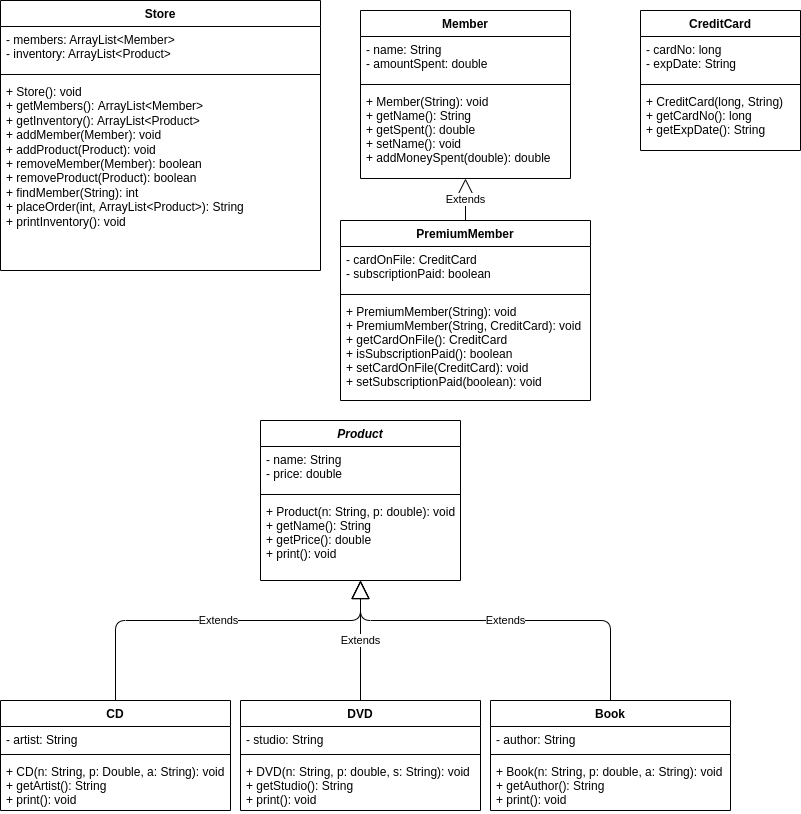
Earlier version of the draw.io export uml.drawio.png (ItalianJack/ITSC-1213_Project2). Source tidied: cells renumbered, new cells last; positions are measured from the earlier drawing's top-left corner, leaving out a move shared by most shapes.
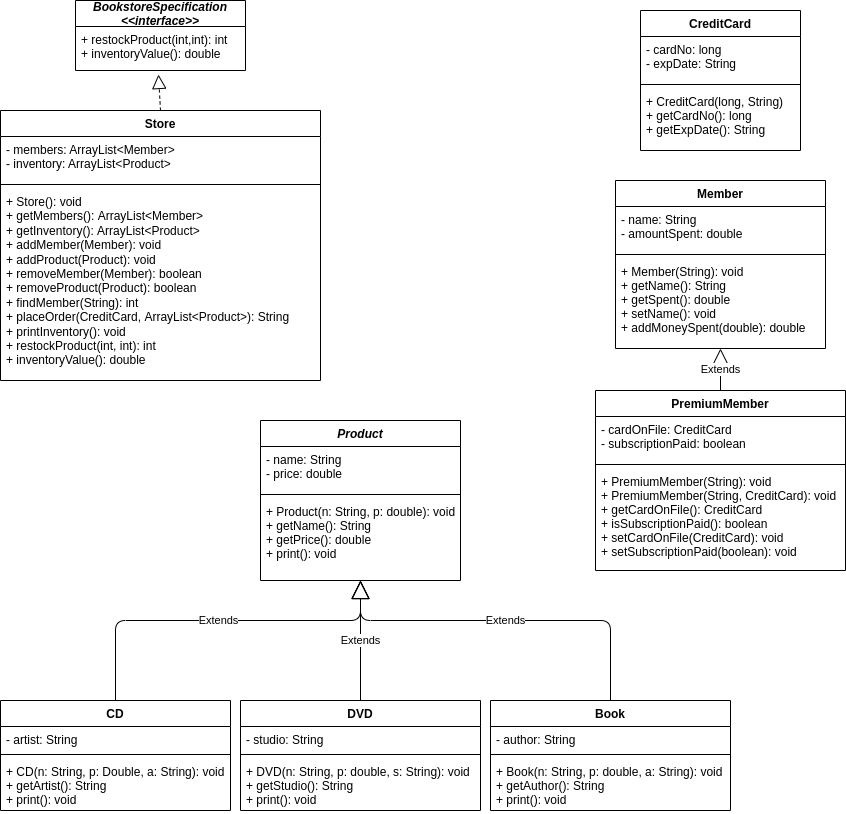
After the commit.

Commit message:
implemented BookstoreSpecification and Comparable

What changed in the source:
```diff
@@ -39,7 +39,7 @@
       <mxGeometry y="58" width="230" height="52" as="geometry" />
     </mxCell>
     <mxCell id="14" value="PremiumMember" style="swimlane;fontStyle=1;align=center;verticalAlign=top;horizontal=1;startSize=26;" parent="1" vertex="1">
-      <mxGeometry x="340" y="220" width="250" height="180" as="geometry" />
+      <mxGeometry x="595" y="390" width="250" height="180" as="geometry" />
     </mxCell>
     <mxCell id="15" value="- cardOnFile: CreditCard&#10;- subscriptionPaid: boolean" style="text;strokeColor=none;fillColor=none;align=left;verticalAlign=top;spacingLeft=4;spacingRight=4;overflow=hidden;" parent="14" vertex="1">
       <mxGeometry y="26" width="250" height="44" as="geometry" />
@@ -51,7 +51,7 @@
       <mxGeometry y="78" width="250" height="102" as="geometry" />
     </mxCell>
     <mxCell id="18" value="Member" style="swimlane;fontStyle=1;align=center;verticalAlign=top;horizontal=1;startSize=26;" parent="1" vertex="1">
-      <mxGeometry x="360" y="10" width="210" height="168" as="geometry" />
+      <mxGeometry x="615" y="180" width="210" height="168" as="geometry" />
     </mxCell>
     <mxCell id="19" value="- name: String&#10;- amountSpent: double" style="text;strokeColor=none;fillColor=none;align=left;verticalAlign=top;spacingLeft=4;spacingRight=4;overflow=hidden;" parent="18" vertex="1">
       <mxGeometry y="26" width="210" height="44" as="geometry" />
@@ -63,7 +63,7 @@
       <mxGeometry y="78" width="210" height="90" as="geometry" />
     </mxCell>
     <mxCell id="22" value="Store" style="swimlane;fontStyle=1;align=center;verticalAlign=top;horizontal=1;startSize=26;" parent="1" vertex="1">
-      <mxGeometry width="320" height="270" as="geometry" />
+      <mxGeometry y="110" width="320" height="270" as="geometry" />
     </mxCell>
     <mxCell id="23" value="- members: ArrayList&lt;Member&gt;&#10;- inventory: ArrayList&lt;Product&gt;" style="text;strokeColor=none;fillColor=none;align=left;verticalAlign=top;spacingLeft=4;spacingRight=4;overflow=hidden;" parent="22" vertex="1">
       <mxGeometry y="26" width="320" height="44" as="geometry" />
@@ -71,7 +71,7 @@
     <mxCell id="24" style="line;strokeWidth=1;fillColor=none;align=left;verticalAlign=middle;spacingTop=-1;spacingLeft=3;spacingRight=3;labelPosition=right;strokeColor=inherit;" parent="22" vertex="1">
       <mxGeometry y="70" width="320" height="8" as="geometry" />
     </mxCell>
-    <mxCell id="25" value="+ Store(): void&#10;+ getMembers(): ArrayList&lt;Member&gt;&#10;+ getInventory(): ArrayList&lt;Product&gt;&#10;+ addMember(Member): void&#10;+ addProduct(Product): void&#10;+ removeMember(Member): boolean&#10;+ removeProduct(Product): boolean&#10;+ findMember(String): int&#10;+ placeOrder(int, ArrayList&lt;Product&gt;): String &#10;+ printInventory(): void" style="text;strokeColor=none;fillColor=none;align=left;verticalAlign=top;spacingLeft=4;spacingRight=4;overflow=hidden;whiteSpace=wrap;" parent="22" vertex="1">
+    <mxCell id="25" value="+ Store(): void&#10;+ getMembers(): ArrayList&lt;Member&gt;&#10;+ getInventory(): ArrayList&lt;Product&gt;&#10;+ addMember(Member): void&#10;+ addProduct(Product): void&#10;+ removeMember(Member): boolean&#10;+ removeProduct(Product): boolean&#10;+ findMember(String): int&#10;+ placeOrder(CreditCard, ArrayList&lt;Product&gt;): String &#10;+ printInventory(): void&#10;+ restockProduct(int, int): int&#10;+ inventoryValue(): double" style="text;strokeColor=none;fillColor=none;align=left;verticalAlign=top;spacingLeft=4;spacingRight=4;overflow=hidden;whiteSpace=wrap;" parent="22" vertex="1">
       <mxGeometry y="78" width="320" height="192" as="geometry" />
     </mxCell>
     <mxCell id="26" value="Product" style="swimlane;fontStyle=3;align=center;verticalAlign=top;horizontal=1;startSize=26;" parent="1" vertex="1">
@@ -122,5 +122,14 @@
     <mxCell id="37" value="+ CreditCard(long, String)&#10;+ getCardNo(): long&#10;+ getExpDate(): String" style="text;strokeColor=none;fillColor=none;align=left;verticalAlign=top;spacingLeft=4;spacingRight=4;overflow=hidden;" parent="34" vertex="1">
       <mxGeometry y="78" width="160" height="62" as="geometry" />
     </mxCell>
+    <mxCell id="38" value="BookstoreSpecification&#10;&lt;&lt;interface&gt;&gt;" style="swimlane;fontStyle=3;horizontal=1;startSize=26;fillColor=none;" parent="1" vertex="1">
+      <mxGeometry x="75" width="170" height="70" as="geometry" />
+    </mxCell>
+    <mxCell id="39" value="+ restockProduct(int,int): int&#10;+ inventoryValue(): double" style="text;strokeColor=none;fillColor=none;align=left;verticalAlign=top;spacingLeft=4;spacingRight=4;overflow=hidden;points=[[0,0.5],[1,0.5]];portConstraint=eastwest;" parent="38" vertex="1">
+      <mxGeometry y="26" width="170" height="44" as="geometry" />
+    </mxCell>
+    <mxCell id="40" style="endArrow=block;dashed=1;endFill=0;endSize=12;html=1;entryX=0.488;entryY=1.091;entryDx=0;entryDy=0;entryPerimeter=0;exitX=0.5;exitY=0;exitDx=0;exitDy=0;" parent="1" edge="1" source="22" target="39">
+      <mxGeometry relative="1" as="geometry" />
+    </mxCell>
   </root>
 </mxGraphModel>
```
